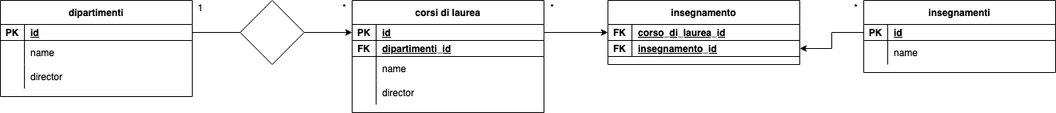
This is Untitled Diagram.drawio.png from marcodeiulio/db-university, a draw.io export, as it was before one commit. Source tidied: cells renumbered, new cells last; positions are measured from the earlier drawing's top-left corner, leaving out a move shared by most shapes.
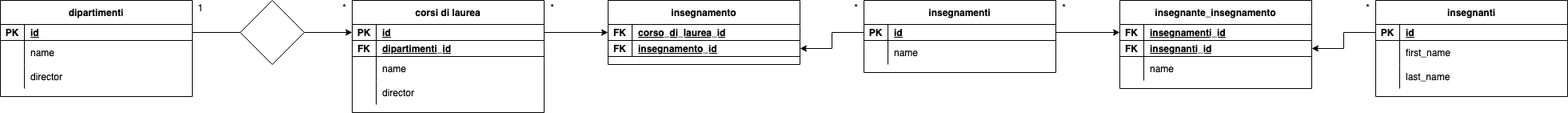
The same diagram one commit later.

The edit, as a diff of the source:
```diff
@@ -140,5 +140,77 @@
     <mxCell id="47" value="*" style="text;html=1;align=center;verticalAlign=middle;strokeColor=none;fillColor=none;" parent="1" vertex="1">
       <mxGeometry x="1060" width="20" height="20" as="geometry" />
     </mxCell>
+    <mxCell id="48" value="insegnante_insegnamento" style="shape=table;startSize=30;rowLines=0;fontStyle=1;align=center;" parent="1" vertex="1">
+      <mxGeometry x="1400" width="240" height="110" as="geometry" />
+    </mxCell>
+    <mxCell id="49" style="shape=partialRectangle;fillColor=none;points=[[0,0.5],[1,0.5]];portConstraint=eastwest;top=0;left=0;right=0;bottom=1;" parent="48" vertex="1">
+      <mxGeometry y="30" width="240" height="20" as="geometry" />
+    </mxCell>
+    <mxCell id="50" value="FK" style="shape=partialRectangle;overflow=hidden;fillColor=none;top=0;left=0;bottom=0;right=0;fontStyle=1;" parent="49" vertex="1">
+      <mxGeometry width="30" height="20" as="geometry" />
+    </mxCell>
+    <mxCell id="51" value="insegnamenti_id" style="shape=partialRectangle;overflow=hidden;fillColor=none;top=0;left=0;bottom=0;right=0;align=left;spacingLeft=6;fontStyle=5;" parent="49" vertex="1">
+      <mxGeometry x="30" width="210" height="20" as="geometry" />
+    </mxCell>
+    <mxCell id="52" style="shape=partialRectangle;fillColor=none;points=[[0,0.5],[1,0.5]];portConstraint=eastwest;top=0;left=0;right=0;bottom=1;" parent="48" vertex="1">
+      <mxGeometry y="50" width="240" height="20" as="geometry" />
+    </mxCell>
+    <mxCell id="53" value="FK" style="shape=partialRectangle;overflow=hidden;fillColor=none;top=0;left=0;bottom=0;right=0;fontStyle=1;" parent="52" vertex="1">
+      <mxGeometry width="30" height="20" as="geometry" />
+    </mxCell>
+    <mxCell id="54" value="insegnanti_id" style="shape=partialRectangle;overflow=hidden;fillColor=none;top=0;left=0;bottom=0;right=0;align=left;spacingLeft=6;fontStyle=5;" parent="52" vertex="1">
+      <mxGeometry x="30" width="210" height="20" as="geometry" />
+    </mxCell>
+    <mxCell id="55" style="shape=partialRectangle;fillColor=none;top=0;left=0;right=0;bottom=0;" parent="48" vertex="1">
+      <mxGeometry y="70" width="240" height="30" as="geometry" />
+    </mxCell>
+    <mxCell id="56" style="shape=partialRectangle;overflow=hidden;fillColor=none;top=0;left=0;bottom=0;right=0;" parent="55" vertex="1">
+      <mxGeometry width="30" height="30" as="geometry" />
+    </mxCell>
+    <mxCell id="57" value="name" style="shape=partialRectangle;overflow=hidden;fillColor=none;top=0;left=0;bottom=0;right=0;align=left;spacingLeft=6;" parent="55" vertex="1">
+      <mxGeometry x="30" width="210" height="30" as="geometry" />
+    </mxCell>
+    <mxCell id="58" value="insegnanti" style="shape=table;startSize=30;rowLines=0;fontStyle=1;align=center;" parent="1" vertex="1">
+      <mxGeometry x="1720" width="240" height="120" as="geometry" />
+    </mxCell>
+    <mxCell id="59" style="shape=partialRectangle;fillColor=none;points=[[0,0.5],[1,0.5]];portConstraint=eastwest;top=0;left=0;right=0;bottom=1;" parent="58" vertex="1">
+      <mxGeometry y="30" width="240" height="20" as="geometry" />
+    </mxCell>
+    <mxCell id="60" value="PK" style="shape=partialRectangle;overflow=hidden;fillColor=none;top=0;left=0;bottom=0;right=0;fontStyle=1;" parent="59" vertex="1">
+      <mxGeometry width="30" height="20" as="geometry" />
+    </mxCell>
+    <mxCell id="61" value="id " style="shape=partialRectangle;overflow=hidden;fillColor=none;top=0;left=0;bottom=0;right=0;align=left;spacingLeft=6;fontStyle=5;" parent="59" vertex="1">
+      <mxGeometry x="30" width="210" height="20" as="geometry" />
+    </mxCell>
+    <mxCell id="62" style="shape=partialRectangle;fillColor=none;top=0;left=0;right=0;bottom=0;" parent="58" vertex="1">
+      <mxGeometry y="50" width="240" height="30" as="geometry" />
+    </mxCell>
+    <mxCell id="63" style="shape=partialRectangle;overflow=hidden;fillColor=none;top=0;left=0;bottom=0;right=0;" parent="62" vertex="1">
+      <mxGeometry width="30" height="30" as="geometry" />
+    </mxCell>
+    <mxCell id="64" value="first_name" style="shape=partialRectangle;overflow=hidden;fillColor=none;top=0;left=0;bottom=0;right=0;align=left;spacingLeft=6;" parent="62" vertex="1">
+      <mxGeometry x="30" width="210" height="30" as="geometry" />
+    </mxCell>
+    <mxCell id="65" style="shape=partialRectangle;fillColor=none;top=0;left=0;right=0;bottom=0;" parent="58" vertex="1">
+      <mxGeometry y="80" width="240" height="30" as="geometry" />
+    </mxCell>
+    <mxCell id="66" style="shape=partialRectangle;overflow=hidden;fillColor=none;top=0;left=0;bottom=0;right=0;" parent="65" vertex="1">
+      <mxGeometry width="30" height="30" as="geometry" />
+    </mxCell>
+    <mxCell id="67" value="last_name" style="shape=partialRectangle;overflow=hidden;fillColor=none;top=0;left=0;bottom=0;right=0;align=left;spacingLeft=6;" parent="65" vertex="1">
+      <mxGeometry x="30" width="210" height="30" as="geometry" />
+    </mxCell>
+    <mxCell id="68" style="edgeStyle=orthogonalEdgeStyle;rounded=0;jettySize=auto;html=1;entryX=0;entryY=0.5;entryDx=0;entryDy=0;" parent="1" edge="1" source="31" target="49">
+      <mxGeometry relative="1" as="geometry" />
+    </mxCell>
+    <mxCell id="69" style="edgeStyle=orthogonalEdgeStyle;rounded=0;jettySize=auto;html=1;entryX=1;entryY=0.5;entryDx=0;entryDy=0;" parent="1" edge="1" source="59" target="52">
+      <mxGeometry relative="1" as="geometry" />
+    </mxCell>
+    <mxCell id="70" value="*" style="text;html=1;align=center;verticalAlign=middle;strokeColor=none;fillColor=none;" parent="1" vertex="1">
+      <mxGeometry x="1320" width="20" height="20" as="geometry" />
+    </mxCell>
+    <mxCell id="71" value="*" style="text;html=1;align=center;verticalAlign=middle;strokeColor=none;fillColor=none;" parent="1" vertex="1">
+      <mxGeometry x="1700" width="20" height="20" as="geometry" />
+    </mxCell>
   </root>
 </mxGraphModel>
```
